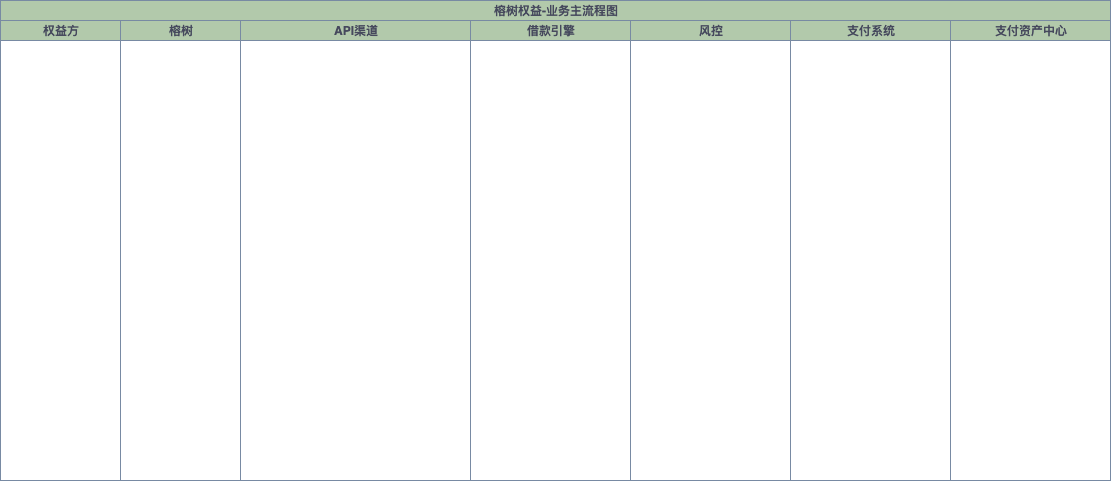
This is 榕树权益-业务主流程图.png from yuanlj-tea/picgo, a draw.io export, as it was before one commit. Source tidied: cells renumbered, new cells last; positions are measured from the earlier drawing's top-left corner, leaving out a move shared by most shapes.
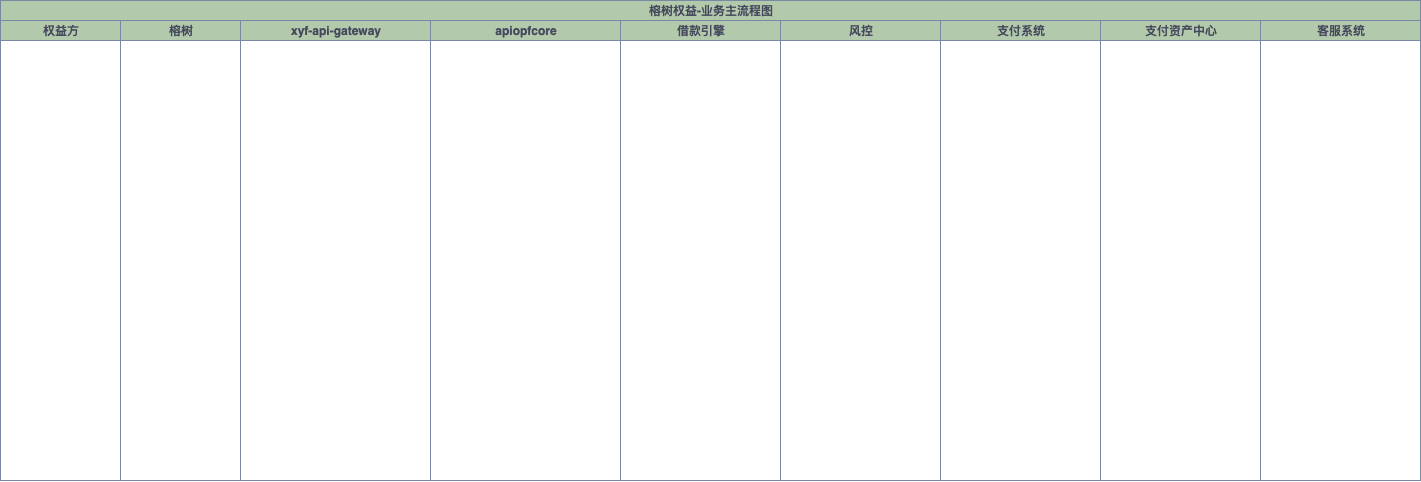
The same file after the commit.

Commit message:
更新榕树权益-业务主流程图.png

Diff of the diagram source:
```diff
@@ -3,7 +3,7 @@
     <mxCell id="0" />
     <mxCell id="1" parent="0" />
     <mxCell id="2" value="榕树权益-业务主流程图" style="swimlane;startSize=20;html=1;labelBackgroundColor=none;fillColor=#B2C9AB;strokeColor=#788AA3;fontColor=#46495D;" parent="1" vertex="1">
-      <mxGeometry width="1110" height="480" as="geometry" />
+      <mxGeometry width="1420" height="480" as="geometry" />
     </mxCell>
     <mxCell id="3" value="权益方" style="swimlane;startSize=20;html=1;labelBackgroundColor=none;fillColor=#B2C9AB;strokeColor=#788AA3;fontColor=#46495D;" parent="2" vertex="1">
       <mxGeometry y="20" width="120" height="460" as="geometry" />
@@ -11,20 +11,26 @@
     <mxCell id="4" value="榕树" style="swimlane;startSize=20;html=1;labelBackgroundColor=none;fillColor=#B2C9AB;strokeColor=#788AA3;fontColor=#46495D;" parent="2" vertex="1">
       <mxGeometry x="120" y="20" width="120" height="460" as="geometry" />
     </mxCell>
-    <mxCell id="5" value="API渠道" style="swimlane;startSize=20;html=1;labelBackgroundColor=none;fillColor=#B2C9AB;strokeColor=#788AA3;fontColor=#46495D;" parent="2" vertex="1">
-      <mxGeometry x="240" y="20" width="230" height="460" as="geometry" />
+    <mxCell id="5" value="xyf-api-gateway" style="swimlane;startSize=20;html=1;labelBackgroundColor=none;fillColor=#B2C9AB;strokeColor=#788AA3;fontColor=#46495D;" parent="2" vertex="1">
+      <mxGeometry x="240" y="20" width="190" height="460" as="geometry" />
     </mxCell>
+    <mxCell id="10" value="apiopfcore" style="swimlane;startSize=20;html=1;labelBackgroundColor=none;fillColor=#B2C9AB;strokeColor=#788AA3;fontColor=#46495D;" parent="2" vertex="1">
+      <mxGeometry x="430" y="20" width="190" height="460" as="geometry" />
+    </mxCell>
     <mxCell id="6" value="借款引擎" style="swimlane;startSize=20;html=1;labelBackgroundColor=none;fillColor=#B2C9AB;strokeColor=#788AA3;fontColor=#46495D;" parent="2" vertex="1">
-      <mxGeometry x="470" y="20" width="160" height="460" as="geometry" />
+      <mxGeometry x="620" y="20" width="160" height="460" as="geometry" />
     </mxCell>
     <mxCell id="7" value="风控" style="swimlane;startSize=20;html=1;labelBackgroundColor=none;fillColor=#B2C9AB;strokeColor=#788AA3;fontColor=#46495D;" parent="2" vertex="1">
-      <mxGeometry x="630" y="20" width="160" height="460" as="geometry" />
+      <mxGeometry x="780" y="20" width="160" height="460" as="geometry" />
     </mxCell>
     <mxCell id="8" value="支付系统" style="swimlane;startSize=20;html=1;labelBackgroundColor=none;fillColor=#B2C9AB;strokeColor=#788AA3;fontColor=#46495D;" parent="2" vertex="1">
-      <mxGeometry x="790" y="20" width="160" height="460" as="geometry" />
+      <mxGeometry x="940" y="20" width="160" height="460" as="geometry" />
     </mxCell>
     <mxCell id="9" value="支付资产中心" style="swimlane;startSize=20;html=1;labelBackgroundColor=none;fillColor=#B2C9AB;strokeColor=#788AA3;fontColor=#46495D;" parent="2" vertex="1">
-      <mxGeometry x="950" y="20" width="160" height="460" as="geometry" />
+      <mxGeometry x="1100" y="20" width="160" height="460" as="geometry" />
     </mxCell>
+    <mxCell id="11" value="客服系统" style="swimlane;startSize=20;html=1;labelBackgroundColor=none;fillColor=#B2C9AB;strokeColor=#788AA3;fontColor=#46495D;" parent="2" vertex="1">
+      <mxGeometry x="1260" y="20" width="160" height="460" as="geometry" />
+    </mxCell>
   </root>
 </mxGraphModel>
```
